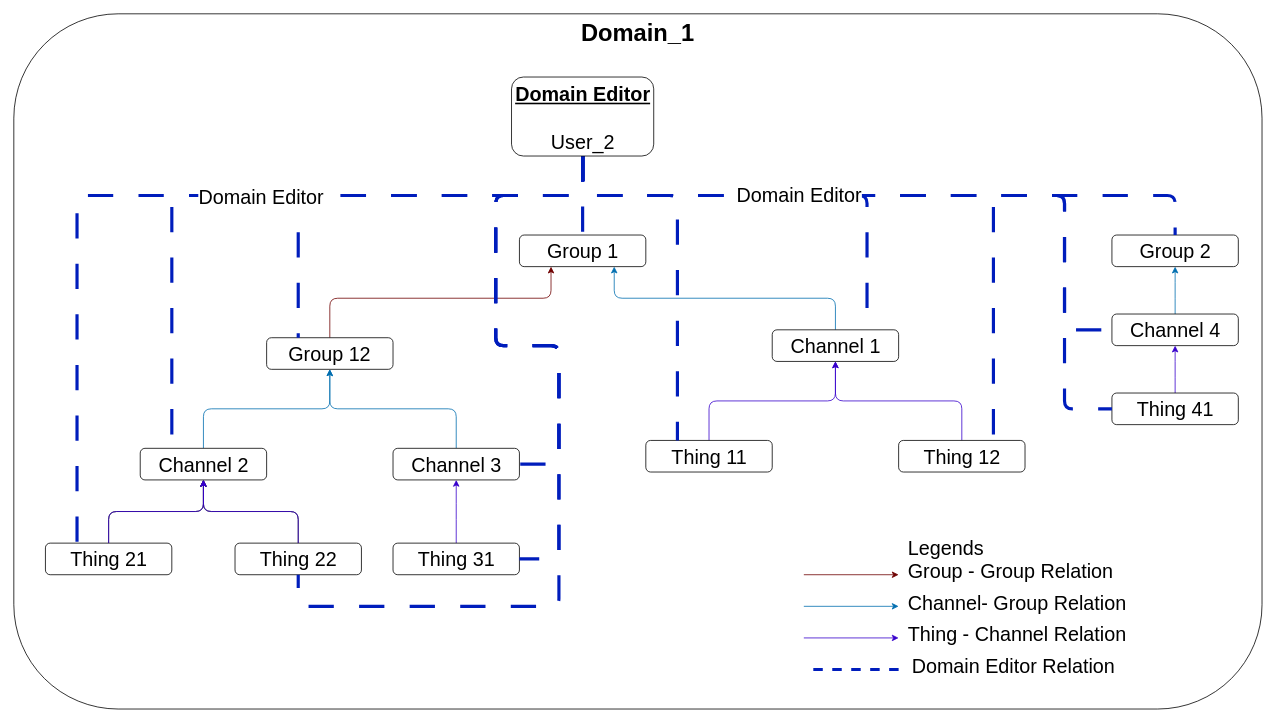
This is docs/diagrams/domain_users_editor.drawio from absmach/supermq-docs, a draw.io file, before an edit. Source tidied: cells renumbered, new cells numbered last; positions are measured from the earlier drawing's top-left corner, leaving out a move shared by most shapes. Both pictures are drawn from the tidied source at 79%, with x=0, y=0 at pixel (13, 13).
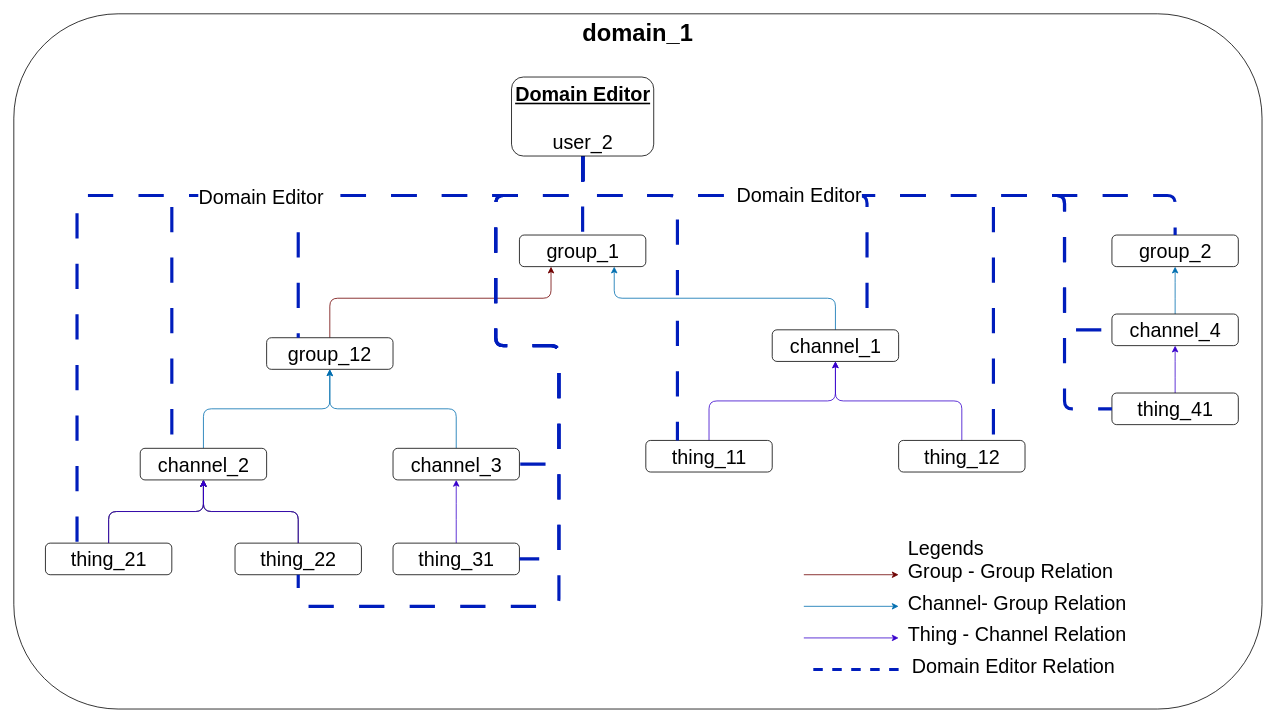
After the change.

Diff of the diagram source:
```diff
@@
-    <mxCell id="2" value="&lt;font style=&quot;font-size: 30px;&quot;&gt;&lt;b style=&quot;&quot;&gt;Domain_1&lt;/b&gt;&lt;/font&gt;" style="rounded=1;whiteSpace=wrap;html=1;verticalAlign=top;" parent="1" vertex="1">
+    <mxCell id="2" value="&lt;font style=&quot;font-size: 30px;&quot;&gt;&lt;b style=&quot;&quot;&gt;domain_1&lt;/b&gt;&lt;/font&gt;" style="rounded=1;whiteSpace=wrap;html=1;verticalAlign=top;" parent="1" vertex="1">
       <mxGeometry width="1580" height="880" as="geometry" />
     </mxCell>
@@
-    <mxCell id="4" value="Group 1" style="rounded=1;html=1;fontSize=25;" parent="3" vertex="1">
+    <mxCell id="4" value="group_1" style="rounded=1;html=1;fontSize=25;" parent="3" vertex="1">
       <mxGeometry x="640" y="280" width="160" height="40" as="geometry" />
     </mxCell>
@@
-    <mxCell id="6" value="Group 12" style="rounded=1;whiteSpace=wrap;html=1;fontSize=25;" parent="3" vertex="1">
+    <mxCell id="6" value="group_12" style="rounded=1;whiteSpace=wrap;html=1;fontSize=25;" parent="3" vertex="1">
       <mxGeometry x="320" y="410" width="160" height="40" as="geometry" />
     </mxCell>
@@
-    <mxCell id="8" value="Channel 2" style="rounded=1;html=1;fontSize=25;" parent="3" vertex="1">
+    <mxCell id="8" value="channel_2" style="rounded=1;html=1;fontSize=25;" parent="3" vertex="1">
       <mxGeometry x="160" y="550" width="160" height="40" as="geometry" />
     </mxCell>
@@
-    <mxCell id="10" value="Channel 3" style="rounded=1;html=1;fontSize=25;" parent="3" vertex="1">
+    <mxCell id="10" value="channel_3" style="rounded=1;html=1;fontSize=25;" parent="3" vertex="1">
       <mxGeometry x="480" y="550" width="160" height="40" as="geometry" />
     </mxCell>
@@
-    <mxCell id="12" value="Channel 1" style="rounded=1;html=1;fontSize=25;" parent="3" vertex="1">
+    <mxCell id="12" value="channel_1" style="rounded=1;html=1;fontSize=25;" parent="3" vertex="1">
       <mxGeometry x="960" y="400" width="160" height="40" as="geometry" />
     </mxCell>
@@
-    <mxCell id="14" value="Thing 11" style="rounded=1;html=1;fontSize=25;" parent="3" vertex="1">
+    <mxCell id="14" value="thing_11" style="rounded=1;html=1;fontSize=25;" parent="3" vertex="1">
       <mxGeometry x="800" y="540" width="160" height="40" as="geometry" />
     </mxCell>
@@
-    <mxCell id="16" value="Thing 12" style="rounded=1;html=1;fontSize=25;" parent="3" vertex="1">
+    <mxCell id="16" value="thing_12" style="rounded=1;html=1;fontSize=25;" parent="3" vertex="1">
       <mxGeometry x="1120" y="540" width="160" height="40" as="geometry" />
     </mxCell>
@@
-    <mxCell id="18" value="Thing 21" style="rounded=1;html=1;fontSize=25;" parent="3" vertex="1">
+    <mxCell id="18" value="thing_21" style="rounded=1;html=1;fontSize=25;" parent="3" vertex="1">
       <mxGeometry x="40" y="670" width="160" height="40" as="geometry" />
     </mxCell>
@@
-    <mxCell id="20" value="Thing 22" style="rounded=1;html=1;fontSize=25;" parent="3" vertex="1">
+    <mxCell id="20" value="thing_22" style="rounded=1;html=1;fontSize=25;" parent="3" vertex="1">
       <mxGeometry x="280" y="670" width="160" height="40" as="geometry" />
     </mxCell>
@@
-    <mxCell id="22" value="Thing 31" style="rounded=1;html=1;fontSize=25;" parent="3" vertex="1">
+    <mxCell id="22" value="thing_31" style="rounded=1;html=1;fontSize=25;" parent="3" vertex="1">
       <mxGeometry x="480" y="670" width="160" height="40" as="geometry" />
     </mxCell>
@@
-    <mxCell id="25" value="Group 2" style="rounded=1;html=1;fontSize=25;" parent="3" vertex="1">
+    <mxCell id="25" value="group_2" style="rounded=1;html=1;fontSize=25;" parent="3" vertex="1">
       <mxGeometry x="1390" y="280" width="160" height="40" as="geometry" />
     </mxCell>
@@
-    <mxCell id="27" value="Channel 4" style="rounded=1;html=1;fontSize=25;" parent="3" vertex="1">
+    <mxCell id="27" value="channel_4" style="rounded=1;html=1;fontSize=25;" parent="3" vertex="1">
       <mxGeometry x="1390" y="380" width="160" height="40" as="geometry" />
     </mxCell>
@@
-    <mxCell id="29" value="Thing 41" style="rounded=1;html=1;fontSize=25;" parent="3" vertex="1">
+    <mxCell id="29" value="thing_41" style="rounded=1;html=1;fontSize=25;" parent="3" vertex="1">
       <mxGeometry x="1390" y="480" width="160" height="40" as="geometry" />
     </mxCell>
@@
-    <mxCell id="46" value="&lt;font style=&quot;font-size: 25px;&quot;&gt;&lt;b&gt;&lt;u&gt;Domain Editor&lt;/u&gt;&lt;/b&gt;&lt;br&gt;&lt;br&gt;User_2&lt;/font&gt;" style="rounded=1;html=1;fontSize=25;verticalAlign=top;" parent="30" vertex="1">
+    <mxCell id="46" value="&lt;font style=&quot;font-size: 25px;&quot;&gt;&lt;b&gt;&lt;u&gt;Domain Editor&lt;/u&gt;&lt;/b&gt;&lt;br&gt;&lt;br&gt;user_2&lt;/font&gt;" style="rounded=1;html=1;fontSize=25;verticalAlign=top;" parent="30" vertex="1">
       <mxGeometry x="630" y="80" width="180" height="100" as="geometry" />
     </mxCell>
```
